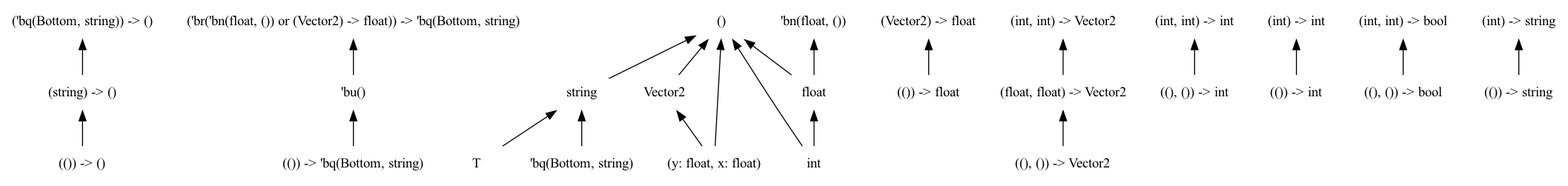
chocobo333/regino keeps this Graphviz diagram as dots/png/4.dot.png. Above is the earlier version. Its source is kept beside it as dots/4.dot. The source it was exported from:
```dot
digraph order {
  graph [
    size = "30,10"
    ];
  node [
    shape = none
    ];
  edge [
    dir = back
    ];
  "(string) -> ()"
  "(()) -> ()"
  "string"
  "Vector2"
  "'bu()"
  "(()) -> float"
  "T"
  "('br(float or (Vector2) -> float)) -> string"
  "((), ()) -> Vector2"
  "(int, int) -> Vector2"
  "((), ()) -> int"
  "(int) -> int"
  "(int, int) -> int"
  "()"
  "(int, int) -> bool"
  "(float, float) -> Vector2"
  "(()) -> string"
  "(int) -> float"
  "(Vector2) -> float"
  "(y: float, x: float)"
  "(int) -> string"
  "float"
  "(()) -> int"
  "int"
  "((), ()) -> bool"
  "(string) -> ()" -> "(()) -> ()"
  "string" -> "T"
  "Vector2" -> "(y: float, x: float)"
  "'bu()" -> "(()) -> string"
  "('br(float or (Vector2) -> float)) -> string" -> "'bu()"
  "(int, int) -> Vector2" -> "(float, float) -> Vector2"
  "(int) -> int" -> "(()) -> int"
  "(int, int) -> int" -> "((), ()) -> int"
  "()" -> "string"
  "()" -> "Vector2"
  "()" -> "(y: float, x: float)"
  "()" -> "float"
  "()" -> "int"
  "(int, int) -> bool" -> "((), ()) -> bool"
  "(float, float) -> Vector2" -> "((), ()) -> Vector2"
  "(int) -> float" -> "(()) -> float"
  "(Vector2) -> float" -> "(()) -> float"
  "(int) -> string" -> "(()) -> string"
  "float" -> "int"
}
```
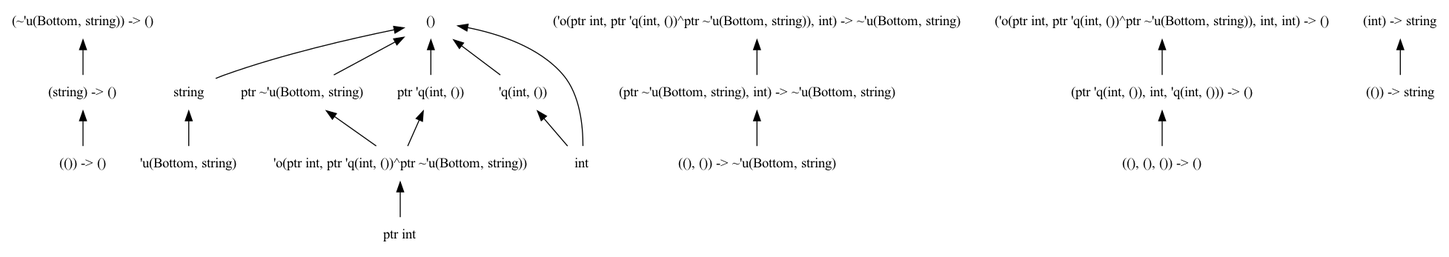
The same diagram one commit later.

The edit, as a diff of the source:
```diff
@@ -10,46 +10,24 @@
     ];
   "(string) -> ()"
   "(()) -> ()"
+  "(ptr ~int, int) -> ~int"
   "string"
-  "Vector2"
-  "'bu()"
-  "(()) -> float"
-  "T"
-  "('br(float or (Vector2) -> float)) -> string"
-  "((), ()) -> Vector2"
-  "(int, int) -> Vector2"
+  "(ptr int, int, int) -> ()"
   "((), ()) -> int"
-  "(int) -> int"
-  "(int, int) -> int"
   "()"
-  "(int, int) -> bool"
-  "(float, float) -> Vector2"
+  "ptr int"
+  "((), (), ()) -> ()"
   "(()) -> string"
-  "(int) -> float"
-  "(Vector2) -> float"
-  "(y: float, x: float)"
+  "(int) -> ()"
   "(int) -> string"
-  "float"
-  "(()) -> int"
   "int"
-  "((), ()) -> bool"
   "(string) -> ()" -> "(()) -> ()"
-  "string" -> "T"
-  "Vector2" -> "(y: float, x: float)"
-  "'bu()" -> "(()) -> string"
-  "('br(float or (Vector2) -> float)) -> string" -> "'bu()"
-  "(int, int) -> Vector2" -> "(float, float) -> Vector2"
-  "(int) -> int" -> "(()) -> int"
-  "(int, int) -> int" -> "((), ()) -> int"
+  "(ptr ~int, int) -> ~int" -> "((), ()) -> int"
+  "string" -> "int"
+  "(int) -> ()" -> "(string) -> ()"
+  "(int) -> string" -> "(()) -> string"
+  "(ptr int, int, int) -> ()" -> "((), (), ()) -> ()"
   "()" -> "string"
-  "()" -> "Vector2"
-  "()" -> "(y: float, x: float)"
-  "()" -> "float"
   "()" -> "int"
-  "(int, int) -> bool" -> "((), ()) -> bool"
-  "(float, float) -> Vector2" -> "((), ()) -> Vector2"
-  "(int) -> float" -> "(()) -> float"
-  "(Vector2) -> float" -> "(()) -> float"
-  "(int) -> string" -> "(()) -> string"
-  "float" -> "int"
+  "()" -> "ptr int"
 }
```
